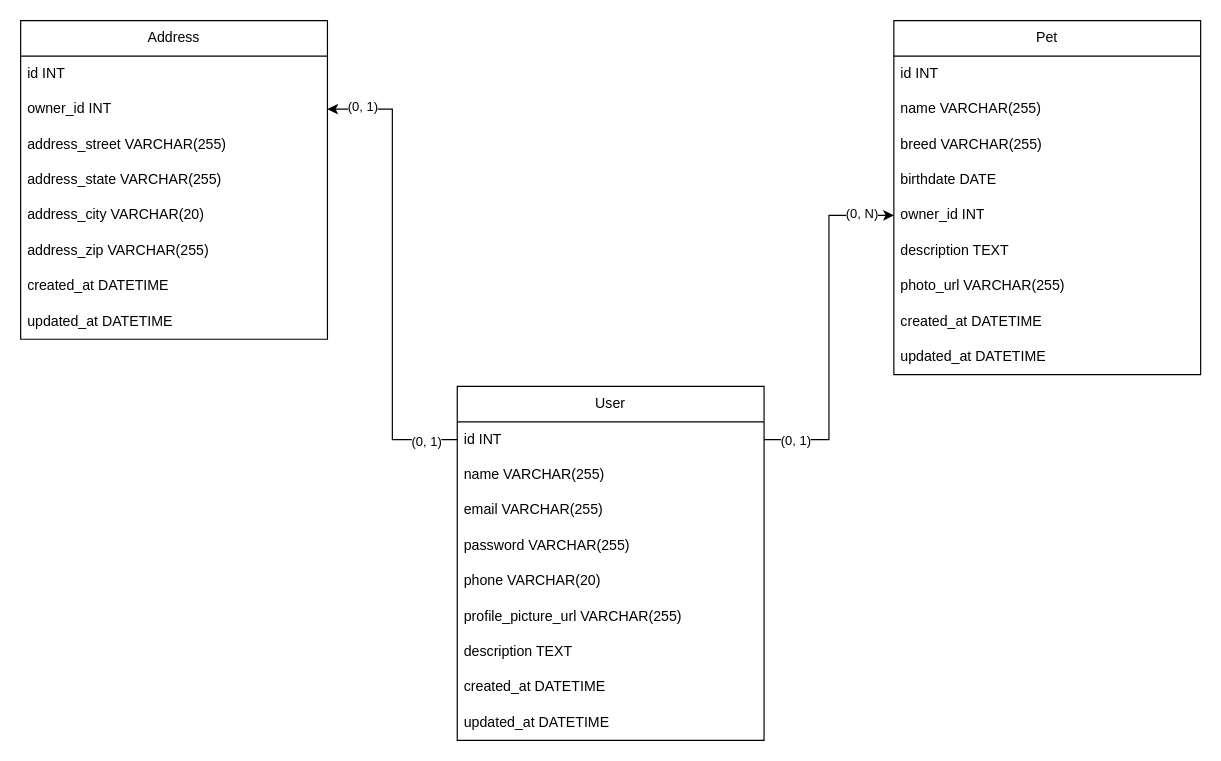
jpsilvaterra/petmatch keeps this draw.io diagram as PetMatch_bd.drawio. Above is the earlier version. Source tidied: cells renumbered, new cells numbered last; positions are measured from the earlier drawing's top-left corner, leaving out a move shared by most shapes. Both pictures are drawn from the tidied source at 118%, with x=0, y=0 at pixel (20, 20).
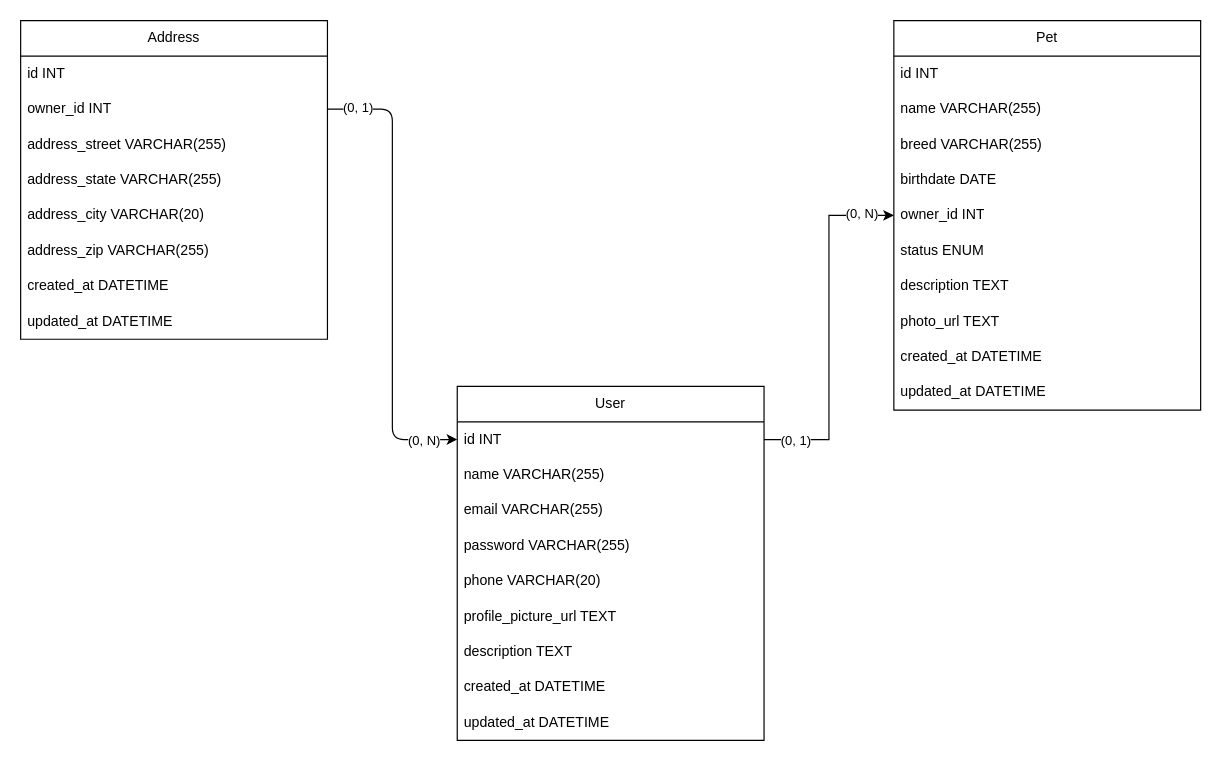
The same page after the edit.

The change refers to these unchanged cells:
```xml
<mxCell id="2" value="User" style="swimlane;fontStyle=0;horizontal=1;startSize=30;whiteSpace=wrap;html=1;" parent="1" vertex="1">
  <mxGeometry x="370" y="310" width="260" height="300" as="geometry" />
</mxCell>
<mxCell id="3" value="id INT" style="text;strokeColor=none;fillColor=none;align=left;verticalAlign=middle;spacingLeft=4;spacingRight=4;overflow=hidden;points=[[0,0.5],[1,0.5]];portConstraint=eastwest;whiteSpace=wrap;html=1;" parent="2" vertex="1">
  <mxGeometry y="30" width="260" height="30" as="geometry" />
</mxCell>
<mxCell id="24" value="owner_id INT" style="text;strokeColor=none;fillColor=none;align=left;verticalAlign=middle;spacingLeft=4;spacingRight=4;overflow=hidden;points=[[0,0.5],[1,0.5]];portConstraint=eastwest;whiteSpace=wrap;html=1;" parent="22" vertex="1">
  <mxGeometry y="60" width="260" height="30" as="geometry" />
</mxCell>
```

Diff of the diagram source:
```diff
@@
-    <mxCell id="8" value="profile_picture_url VARCHAR(255)" style="text;strokeColor=none;fillColor=none;align=left;verticalAlign=middle;spacingLeft=4;spacingRight=4;overflow=hidden;whiteSpace=wrap;html=1;" parent="2" vertex="1">
+    <mxCell id="8" value="profile_picture_url TEXT" style="text;strokeColor=none;fillColor=none;align=left;verticalAlign=middle;spacingLeft=4;spacingRight=4;overflow=hidden;whiteSpace=wrap;html=1;" parent="2" vertex="1">
       <mxGeometry y="180" width="260" height="30" as="geometry" />
     </mxCell>
@@
     <mxCell id="12" value="Pet" style="swimlane;fontStyle=0;horizontal=1;startSize=30;whiteSpace=wrap;html=1;" parent="1" vertex="1">
-      <mxGeometry x="740" width="260" height="300" as="geometry" />
+      <mxGeometry x="740" width="260" height="330" as="geometry" />
     </mxCell>
@@
+    <mxCell id="37" value="status ENUM" style="text;strokeColor=none;fillColor=none;align=left;verticalAlign=middle;spacingLeft=4;spacingRight=4;overflow=hidden;whiteSpace=wrap;html=1;" parent="12" vertex="1">
+      <mxGeometry y="180" width="260" height="30" as="geometry" />
+    </mxCell>
     <mxCell id="18" value="description TEXT" style="text;strokeColor=none;fillColor=none;align=left;verticalAlign=middle;spacingLeft=4;spacingRight=4;overflow=hidden;whiteSpace=wrap;html=1;" parent="12" vertex="1">
-      <mxGeometry y="180" width="260" height="30" as="geometry" />
+      <mxGeometry y="210" width="260" height="30" as="geometry" />
     </mxCell>
-    <mxCell id="19" value="photo_url VARCHAR(255)" style="text;strokeColor=none;fillColor=none;align=left;verticalAlign=middle;spacingLeft=4;spacingRight=4;overflow=hidden;whiteSpace=wrap;html=1;" parent="12" vertex="1">
-      <mxGeometry y="210" width="260" height="30" as="geometry" />
+    <mxCell id="19" value="photo_url TEXT" style="text;strokeColor=none;fillColor=none;align=left;verticalAlign=middle;spacingLeft=4;spacingRight=4;overflow=hidden;whiteSpace=wrap;html=1;" parent="12" vertex="1">
+      <mxGeometry y="240" width="260" height="30" as="geometry" />
     </mxCell>
     <mxCell id="20" value="created_at DATETIME" style="text;strokeColor=none;fillColor=none;align=left;verticalAlign=middle;spacingLeft=4;spacingRight=4;overflow=hidden;whiteSpace=wrap;html=1;" parent="12" vertex="1">
-      <mxGeometry y="240" width="260" height="30" as="geometry" />
+      <mxGeometry y="270" width="260" height="30" as="geometry" />
     </mxCell>
     <mxCell id="21" value="updated_at DATETIME" style="text;strokeColor=none;fillColor=none;align=left;verticalAlign=middle;spacingLeft=4;spacingRight=4;overflow=hidden;whiteSpace=wrap;html=1;" parent="12" vertex="1">
-      <mxGeometry y="270" width="260" height="30" as="geometry" />
+      <mxGeometry y="300" width="260" height="30" as="geometry" />
     </mxCell>
@@
-    <mxCell id="34" style="edgeStyle=orthogonalEdgeStyle;rounded=0;jettySize=auto;html=1;" parent="1" edge="1" source="3" target="24">
-      <mxGeometry relative="1" as="geometry" />
-    </mxCell>
-    <mxCell id="35" value="(0, 1)" style="edgeLabel;html=1;align=center;verticalAlign=middle;" parent="34" vertex="1">
-      <mxGeometry x="0.85" y="-3" relative="1" as="geometry" />
-    </mxCell>
-    <mxCell id="36" value="(0, 1)" style="edgeLabel;html=1;align=center;verticalAlign=middle;" parent="34" vertex="1">
-      <mxGeometry x="-0.86" y="1" relative="1" as="geometry" />
-    </mxCell>
+    <mxCell id="38" style="edgeStyle=orthogonalEdgeStyle;html=1;elbow=vertical;" parent="1" edge="1" source="24" target="3">
+      <mxGeometry relative="1" as="geometry" />
+    </mxCell>
+    <mxCell id="39" value="(0, 1)" style="edgeLabel;html=1;align=center;verticalAlign=middle;" parent="38" vertex="1">
+      <mxGeometry x="-0.87" y="2" relative="1" as="geometry" />
+    </mxCell>
+    <mxCell id="40" value="(0, N)" style="edgeLabel;html=1;align=center;verticalAlign=middle;" parent="38" vertex="1">
+      <mxGeometry x="0.85" relative="1" as="geometry" />
+    </mxCell>
```
